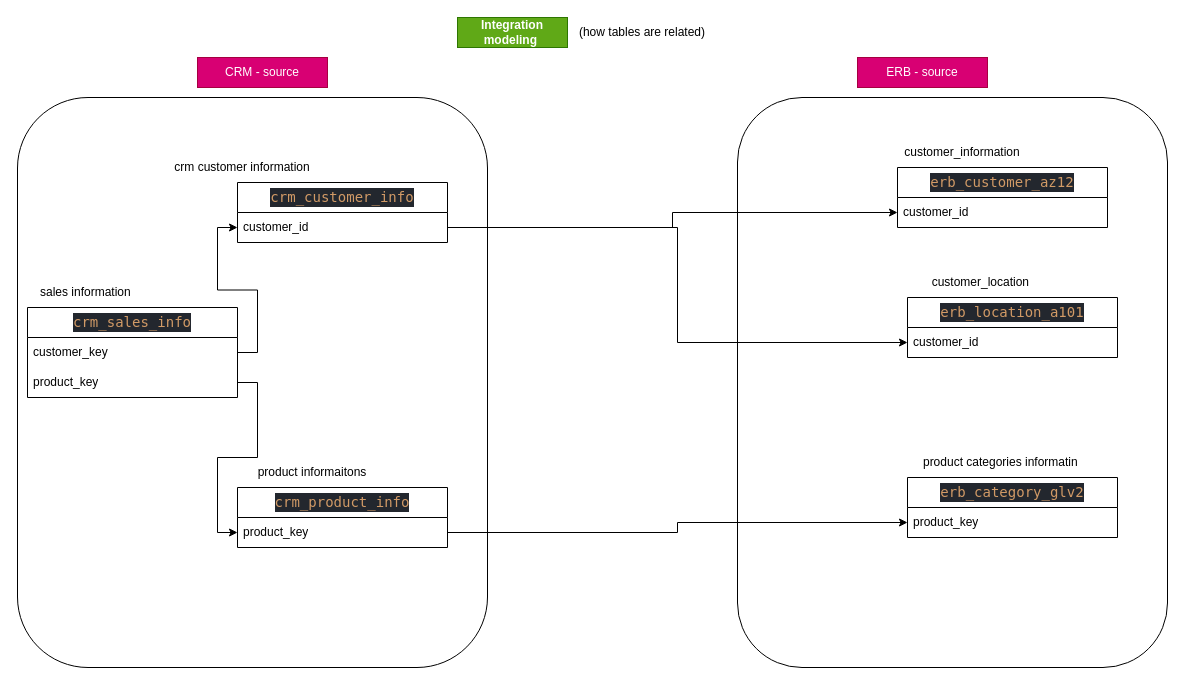
Above: images/integration_modeling.drawio in A-T-ELgammal/data-warehouse-analysis-ETL-EDA-SQL-analysis- (draw.io), before the change. Source tidied: cells renumbered, new cells numbered last; positions are measured from the earlier drawing's top-left corner, leaving out a move shared by most shapes. Both pictures are drawn from the tidied source at 100%, with x=0, y=0 at pixel (17, 17).
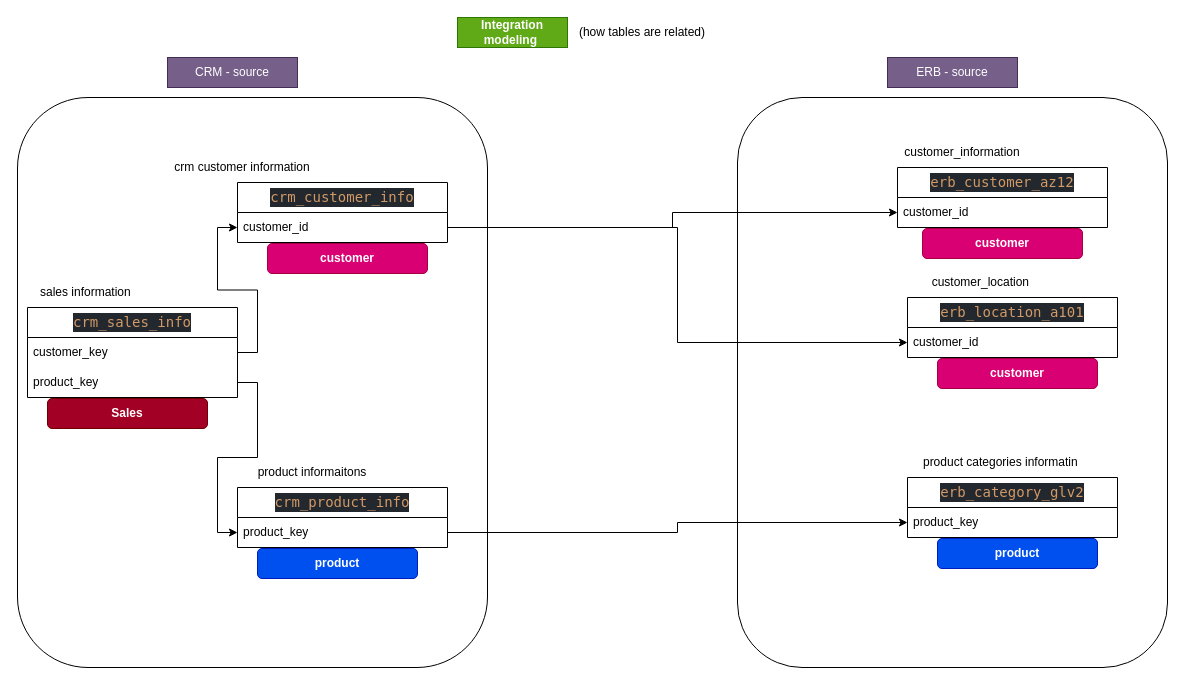
The same page after the edit.

Commit message (it also covers changes not shown here):
create view of gold_layer customer_info & data quality checked

The edit, as a diff of the source:
```diff
@@
-    <mxCell id="27" value="CRM - source" style="text;html=1;whiteSpace=wrap;strokeColor=#A50040;fillColor=#d80073;align=center;verticalAlign=middle;rounded=0;fontColor=#ffffff;" parent="1" vertex="1">
-      <mxGeometry x="180" y="40" width="130" height="30" as="geometry" />
+    <mxCell id="27" value="CRM - source" style="text;html=1;whiteSpace=wrap;strokeColor=#432D57;fillColor=#76608a;align=center;verticalAlign=middle;rounded=0;fontColor=#ffffff;" parent="1" vertex="1">
+      <mxGeometry x="150" y="40" width="130" height="30" as="geometry" />
     </mxCell>
-    <mxCell id="28" value="ERB - source" style="text;html=1;whiteSpace=wrap;strokeColor=#A50040;fillColor=#d80073;align=center;verticalAlign=middle;rounded=0;fontColor=#ffffff;" parent="1" vertex="1">
-      <mxGeometry x="840" y="40" width="130" height="30" as="geometry" />
+    <mxCell id="28" value="ERB - source" style="text;html=1;whiteSpace=wrap;strokeColor=#432D57;fillColor=#76608a;align=center;verticalAlign=middle;rounded=0;fontColor=#ffffff;" parent="1" vertex="1">
+      <mxGeometry x="870" y="40" width="130" height="30" as="geometry" />
     </mxCell>
@@
+    <mxCell id="33" value="&lt;b&gt;Sales&lt;/b&gt;" style="rounded=1;whiteSpace=wrap;html=1;fillColor=#a20025;fontColor=#ffffff;strokeColor=#6F0000;" parent="1" vertex="1">
+      <mxGeometry x="30" y="381" width="160" height="30" as="geometry" />
+    </mxCell>
+    <mxCell id="34" value="&lt;b&gt;customer&lt;/b&gt;" style="rounded=1;whiteSpace=wrap;html=1;fillColor=#d80073;fontColor=#ffffff;strokeColor=#A50040;" parent="1" vertex="1">
+      <mxGeometry x="250" y="226" width="160" height="30" as="geometry" />
+    </mxCell>
+    <mxCell id="35" value="&lt;b&gt;product&lt;/b&gt;" style="rounded=1;whiteSpace=wrap;html=1;fillColor=#0050ef;fontColor=#ffffff;strokeColor=#001DBC;" parent="1" vertex="1">
+      <mxGeometry x="920" y="521" width="160" height="30" as="geometry" />
+    </mxCell>
+    <mxCell id="36" value="&lt;b&gt;customer&lt;/b&gt;" style="rounded=1;whiteSpace=wrap;html=1;fillColor=#d80073;fontColor=#ffffff;strokeColor=#A50040;" parent="1" vertex="1">
+      <mxGeometry x="920" y="341" width="160" height="30" as="geometry" />
+    </mxCell>
+    <mxCell id="37" value="&lt;b&gt;customer&lt;/b&gt;" style="rounded=1;whiteSpace=wrap;html=1;fillColor=#d80073;fontColor=#ffffff;strokeColor=#A50040;" parent="1" vertex="1">
+      <mxGeometry x="905" y="211" width="160" height="30" as="geometry" />
+    </mxCell>
+    <mxCell id="38" value="&lt;b&gt;product&lt;/b&gt;" style="rounded=1;whiteSpace=wrap;html=1;fillColor=#0050ef;fontColor=#ffffff;strokeColor=#001DBC;" parent="1" vertex="1">
+      <mxGeometry x="240" y="531" width="160" height="30" as="geometry" />
+    </mxCell>
```
